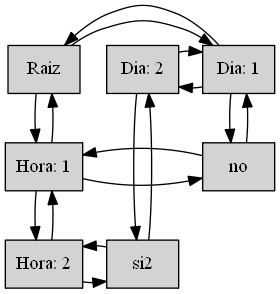
The Graphviz diagram Tarea5/Grafica.png in SelvinLP/EDD2019, before a commit. Its source is kept beside it as Tarea5/Grafica.dot.
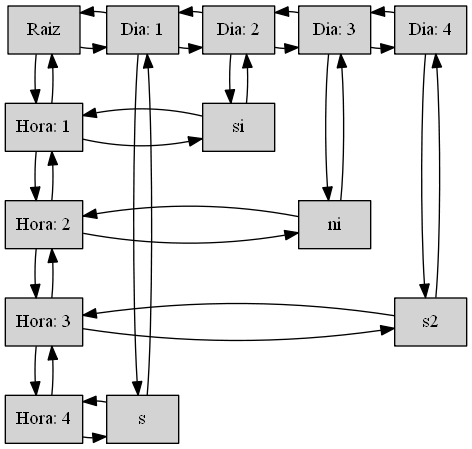
After the commit.

What changed in the source:
```diff
@@ -1,30 +1,54 @@
 digraph Grafica {
 size="9,9"
 node[shape=record,style=filled]
-"Raiz"[label ="{Raiz}"]
-"Hora: 1"[label ="{Hora: 1}" ]
-"Hora: 2"[label ="{Hora: 2}" ]
-"Dia: 1"[label ="{Dia: 1}"]
-"no"[label ="{no}" ]
-"Dia: 2"[label ="{Dia: 2}"]
-"si2"[label ="{si2}" ]
-{rank = same;"Raiz";"Dia: 1";"Dia: 2";}
-{rank = same;"Hora: 1";"no";}
-{rank = same;"Hora: 2";"si2";}
+"Raiz"[label ="{Raiz}",group = 1]
+"Hora: 1"[label ="{Hora: 1}" ,group = 1 ]
+"Hora: 2"[label ="{Hora: 2}" ,group = 1 ]
+"Hora: 3"[label ="{Hora: 3}" ,group = 1 ]
+"Hora: 4"[label ="{Hora: 4}" ,group = 1 ]
+"Dia: 1"[label ="{Dia: 1}",group = 2]
+"s"[label ="{s}" ,group = 2 ]
+"Dia: 2"[label ="{Dia: 2}",group = 3]
+"si"[label ="{si}" ,group = 3 ]
+"Dia: 3"[label ="{Dia: 3}",group = 4]
+"ni"[label ="{ni}" ,group = 4 ]
+"Dia: 4"[label ="{Dia: 4}",group = 5]
+"s2"[label ="{s2}" ,group = 5 ]
+{rank = same;"Raiz";"Dia: 1";"Dia: 2";"Dia: 3";"Dia: 4";}
+{rank = same;"Hora: 1";"si";}
+{rank = same;"Hora: 2";"ni";}
+{rank = same;"Hora: 3";"s2";}
+{rank = same;"Hora: 4";"s";}
 "Raiz" -> "Hora: 1"
 "Raiz" -> "Hora: 1"[dir=back]
-"Raiz" -> "Dia: 1"[constraint=false]
-"Raiz" -> "Dia: 1"[constraint=false,dir=back]
+"Raiz" -> "Dia: 1"
+"Raiz" -> "Dia: 1"[dir=back]
 "Hora: 1" -> "Hora: 2"
 "Hora: 1" -> "Hora: 2"[dir=back]
-"Hora: 1" -> "no"[constraint=false]
-"Hora: 1" -> "no"[constraint=false,dir=back]
-"Hora: 2" -> "si2"[constraint=false]
-"Hora: 2" -> "si2"[constraint=false,dir=back]
-"Dia: 1" -> "no"
-"Dia: 1" -> "no"[dir=back]
-"Dia: 1" -> "Dia: 2"[constraint=false]
-"Dia: 1" -> "Dia: 2"[constraint=false,dir=back]
-"Dia: 2" -> "si2"
-"Dia: 2" -> "si2"[dir=back]
+"Hora: 1" -> "si"
+"Hora: 1" -> "si"[dir=back]
+"Hora: 2" -> "Hora: 3"
+"Hora: 2" -> "Hora: 3"[dir=back]
+"Hora: 2" -> "ni"
+"Hora: 2" -> "ni"[dir=back]
+"Hora: 3" -> "Hora: 4"
+"Hora: 3" -> "Hora: 4"[dir=back]
+"Hora: 3" -> "s2"
+"Hora: 3" -> "s2"[dir=back]
+"Hora: 4" -> "s"
+"Hora: 4" -> "s"[dir=back]
+"Dia: 1" -> "s"
+"Dia: 1" -> "s"[dir=back]
+"Dia: 1" -> "Dia: 2"
+"Dia: 1" -> "Dia: 2"[dir=back]
+"Dia: 2" -> "si"
+"Dia: 2" -> "si"[dir=back]
+"Dia: 2" -> "Dia: 3"
+"Dia: 2" -> "Dia: 3"[dir=back]
+"Dia: 3" -> "ni"
+"Dia: 3" -> "ni"[dir=back]
+"Dia: 3" -> "Dia: 4"
+"Dia: 3" -> "Dia: 4"[dir=back]
+"Dia: 4" -> "s2"
+"Dia: 4" -> "s2"[dir=back]
 }
```
